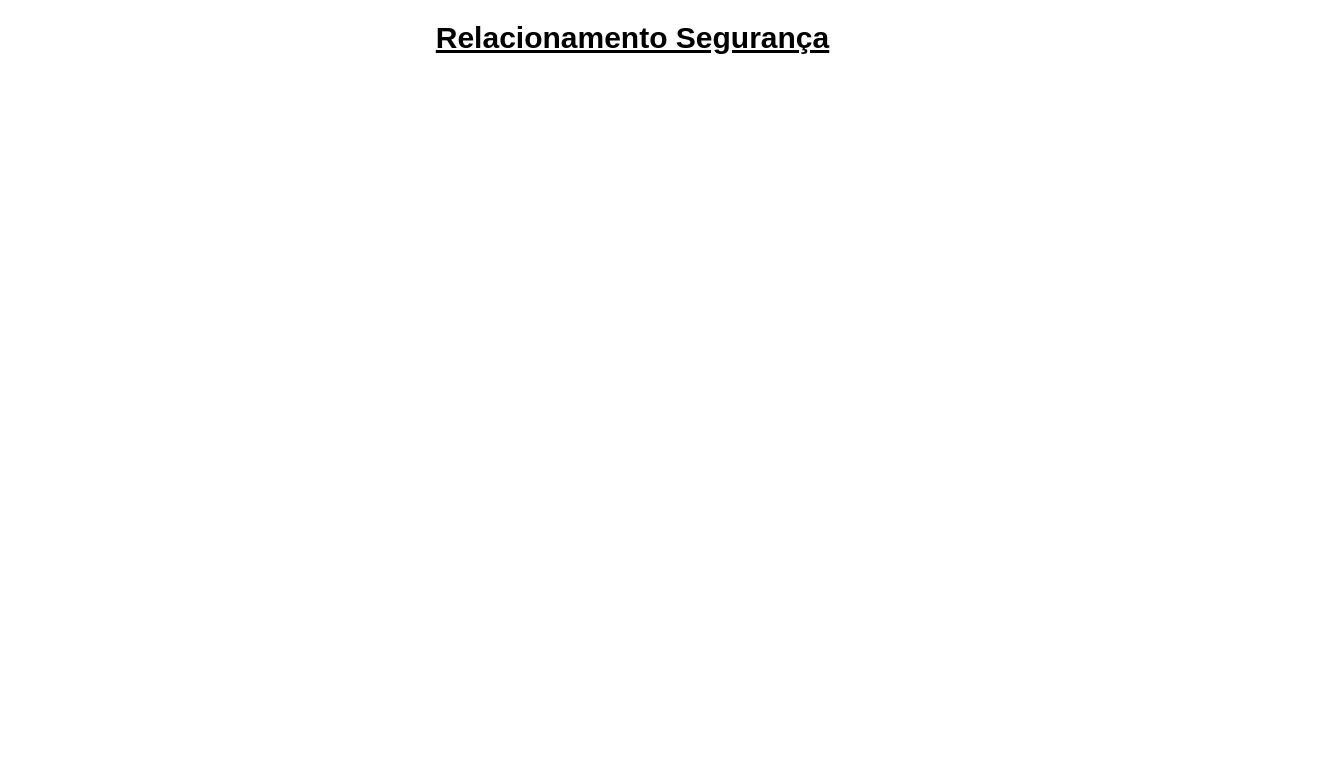
This is page "Relacionamento Segurança" (7 of 7) of TCC/Classes.drawio from CSFelix/UML, a draw.io file, before an edit. Source tidied: cells renumbered, new cells numbered last; positions are measured from the earlier drawing's top-left corner, leaving out a move shared by most shapes. Both pictures are drawn from the tidied source at 100%, with x=0, y=0 at pixel (427, 17).
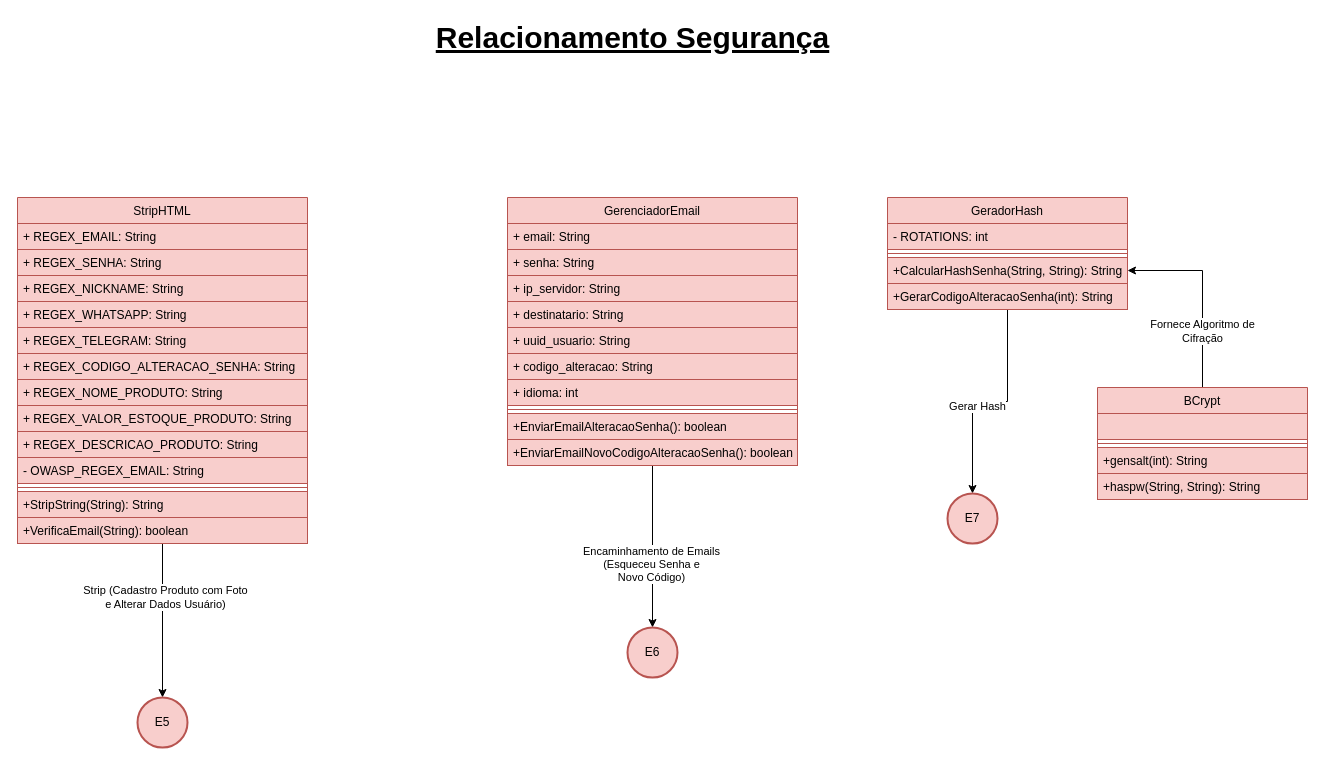
After the change.

Change to the diagram source:
```diff
@@
+    <mxCell id="3" style="edgeStyle=orthogonalEdgeStyle;rounded=0;jettySize=auto;html=1;" parent="1" edge="1" source="5" target="15">
+      <mxGeometry relative="1" as="geometry" />
+    </mxCell>
+    <mxCell id="4" value="Fornece Algoritmo de&lt;br&gt;Cifração" style="edgeLabel;html=1;align=center;verticalAlign=middle;" parent="3" vertex="1">
+      <mxGeometry x="-0.41" y="1" relative="1" as="geometry" />
+    </mxCell>
+    <mxCell id="5" value="BCrypt" style="swimlane;fontStyle=0;align=center;verticalAlign=top;horizontal=1;startSize=26;rounded=0;shadow=0;strokeWidth=1;fillColor=#f8cecc;strokeColor=#b85450;" parent="1" vertex="1">
+      <mxGeometry x="670" y="370" width="210" height="112" as="geometry" />
+    </mxCell>
+    <mxCell id="6" style="text;align=left;verticalAlign=top;spacingLeft=4;spacingRight=4;overflow=hidden;fillColor=#f8cecc;strokeColor=#b85450;fontStyle=0;" parent="5" vertex="1">
+      <mxGeometry y="26" width="210" height="26" as="geometry" />
+    </mxCell>
+    <mxCell id="7" style="line;html=1;strokeWidth=1;align=left;verticalAlign=middle;spacingTop=-1;spacingLeft=3;spacingRight=3;labelPosition=right;fillColor=#f8cecc;strokeColor=#b85450;" parent="5" vertex="1">
+      <mxGeometry y="52" width="210" height="8" as="geometry" />
+    </mxCell>
+    <mxCell id="8" value="+gensalt(int): String" style="text;align=left;verticalAlign=top;spacingLeft=4;spacingRight=4;overflow=hidden;rounded=0;shadow=0;html=0;fillColor=#f8cecc;strokeColor=#b85450;" parent="5" vertex="1">
+      <mxGeometry y="60" width="210" height="26" as="geometry" />
+    </mxCell>
+    <mxCell id="9" value="+haspw(String, String): String" style="text;align=left;verticalAlign=top;spacingLeft=4;spacingRight=4;overflow=hidden;rounded=0;shadow=0;html=0;fillColor=#f8cecc;strokeColor=#b85450;" parent="5" vertex="1">
+      <mxGeometry y="86" width="210" height="26" as="geometry" />
+    </mxCell>
+    <mxCell id="10" style="edgeStyle=orthogonalEdgeStyle;rounded=0;jettySize=auto;html=1;entryX=0.5;entryY=0;entryDx=0;entryDy=0;entryPerimeter=0;" parent="1" edge="1" source="12" target="48">
+      <mxGeometry relative="1" as="geometry" />
+    </mxCell>
+    <mxCell id="11" value="Gerar Hash" style="edgeLabel;html=1;align=center;verticalAlign=middle;" parent="10" vertex="1">
+      <mxGeometry x="0.12" y="4" relative="1" as="geometry" />
+    </mxCell>
+    <mxCell id="12" value="GeradorHash" style="swimlane;fontStyle=0;align=center;verticalAlign=top;horizontal=1;startSize=26;rounded=0;shadow=0;strokeWidth=1;fillColor=#f8cecc;strokeColor=#b85450;" parent="1" vertex="1">
+      <mxGeometry x="460" y="180" width="240" height="112" as="geometry" />
+    </mxCell>
+    <mxCell id="13" value="- ROTATIONS: int" style="text;align=left;verticalAlign=top;spacingLeft=4;spacingRight=4;overflow=hidden;fillColor=#f8cecc;strokeColor=#b85450;fontStyle=0;" parent="12" vertex="1">
+      <mxGeometry y="26" width="240" height="26" as="geometry" />
+    </mxCell>
+    <mxCell id="14" style="line;html=1;strokeWidth=1;align=left;verticalAlign=middle;spacingTop=-1;spacingLeft=3;spacingRight=3;labelPosition=right;fillColor=#f8cecc;strokeColor=#b85450;" parent="12" vertex="1">
+      <mxGeometry y="52" width="240" height="8" as="geometry" />
+    </mxCell>
+    <mxCell id="15" value="+CalcularHashSenha(String, String): String" style="text;align=left;verticalAlign=top;spacingLeft=4;spacingRight=4;overflow=hidden;points=[[0,0.5],[1,0.5]];portConstraint=eastwest;rounded=0;shadow=0;html=0;fillColor=#f8cecc;strokeColor=#b85450;" parent="12" vertex="1">
+      <mxGeometry y="60" width="240" height="26" as="geometry" />
+    </mxCell>
+    <mxCell id="16" value="+GerarCodigoAlteracaoSenha(int): String" style="text;align=left;verticalAlign=top;spacingLeft=4;spacingRight=4;overflow=hidden;rounded=0;shadow=0;html=0;fillColor=#f8cecc;strokeColor=#b85450;" parent="12" vertex="1">
+      <mxGeometry y="86" width="240" height="26" as="geometry" />
+    </mxCell>
+    <mxCell id="17" style="edgeStyle=orthogonalEdgeStyle;rounded=0;jettySize=auto;html=1;entryX=0.5;entryY=0;entryDx=0;entryDy=0;entryPerimeter=0;" parent="1" edge="1" source="19" target="47">
+      <mxGeometry relative="1" as="geometry" />
+    </mxCell>
+    <mxCell id="18" value="Encaminhamento de Emails&lt;br&gt;(Esqueceu Senha e &lt;br&gt;Novo Código)" style="edgeLabel;html=1;align=center;verticalAlign=middle;" parent="17" vertex="1">
+      <mxGeometry x="0.21" y="-2" relative="1" as="geometry" />
+    </mxCell>
+    <mxCell id="19" value="GerenciadorEmail" style="swimlane;fontStyle=0;align=center;verticalAlign=top;horizontal=1;startSize=26;rounded=0;shadow=0;strokeWidth=1;fillColor=#f8cecc;strokeColor=#b85450;" parent="1" vertex="1">
+      <mxGeometry x="80" y="180" width="290" height="268" as="geometry" />
+    </mxCell>
+    <mxCell id="20" value="+ email: String" style="text;align=left;verticalAlign=top;spacingLeft=4;spacingRight=4;overflow=hidden;fillColor=#f8cecc;strokeColor=#b85450;fontStyle=0;" parent="19" vertex="1">
+      <mxGeometry y="26" width="290" height="26" as="geometry" />
+    </mxCell>
+    <mxCell id="21" value="+ senha: String" style="text;align=left;verticalAlign=top;spacingLeft=4;spacingRight=4;overflow=hidden;fillColor=#f8cecc;strokeColor=#b85450;fontStyle=0;" parent="19" vertex="1">
+      <mxGeometry y="52" width="290" height="26" as="geometry" />
+    </mxCell>
+    <mxCell id="22" value="+ ip_servidor: String" style="text;align=left;verticalAlign=top;spacingLeft=4;spacingRight=4;overflow=hidden;fillColor=#f8cecc;strokeColor=#b85450;fontStyle=0;" parent="19" vertex="1">
+      <mxGeometry y="78" width="290" height="26" as="geometry" />
+    </mxCell>
+    <mxCell id="23" value="+ destinatario: String" style="text;align=left;verticalAlign=top;spacingLeft=4;spacingRight=4;overflow=hidden;fillColor=#f8cecc;strokeColor=#b85450;fontStyle=0;" parent="19" vertex="1">
+      <mxGeometry y="104" width="290" height="26" as="geometry" />
+    </mxCell>
+    <mxCell id="24" value="+ uuid_usuario: String" style="text;align=left;verticalAlign=top;spacingLeft=4;spacingRight=4;overflow=hidden;fillColor=#f8cecc;strokeColor=#b85450;fontStyle=0;" parent="19" vertex="1">
+      <mxGeometry y="130" width="290" height="26" as="geometry" />
+    </mxCell>
+    <mxCell id="25" value="+ codigo_alteracao: String" style="text;align=left;verticalAlign=top;spacingLeft=4;spacingRight=4;overflow=hidden;fillColor=#f8cecc;strokeColor=#b85450;fontStyle=0;" parent="19" vertex="1">
+      <mxGeometry y="156" width="290" height="26" as="geometry" />
+    </mxCell>
+    <mxCell id="26" value="+ idioma: int" style="text;align=left;verticalAlign=top;spacingLeft=4;spacingRight=4;overflow=hidden;fillColor=#f8cecc;strokeColor=#b85450;fontStyle=0;" parent="19" vertex="1">
+      <mxGeometry y="182" width="290" height="26" as="geometry" />
+    </mxCell>
+    <mxCell id="27" style="line;html=1;strokeWidth=1;align=left;verticalAlign=middle;spacingTop=-1;spacingLeft=3;spacingRight=3;labelPosition=right;fillColor=#f8cecc;strokeColor=#b85450;" parent="19" vertex="1">
+      <mxGeometry y="208" width="290" height="8" as="geometry" />
+    </mxCell>
+    <mxCell id="28" value="+EnviarEmailAlteracaoSenha(): boolean" style="text;align=left;verticalAlign=top;spacingLeft=4;spacingRight=4;overflow=hidden;rounded=0;shadow=0;html=0;fillColor=#f8cecc;strokeColor=#b85450;" parent="19" vertex="1">
+      <mxGeometry y="216" width="290" height="26" as="geometry" />
+    </mxCell>
+    <mxCell id="29" value="+EnviarEmailNovoCodigoAlteracaoSenha(): boolean" style="text;align=left;verticalAlign=top;spacingLeft=4;spacingRight=4;overflow=hidden;rounded=0;shadow=0;html=0;fillColor=#f8cecc;strokeColor=#b85450;" parent="19" vertex="1">
+      <mxGeometry y="242" width="290" height="26" as="geometry" />
+    </mxCell>
+    <mxCell id="30" style="edgeStyle=orthogonalEdgeStyle;rounded=0;jettySize=auto;html=1;" parent="1" edge="1" source="32" target="46">
+      <mxGeometry relative="1" as="geometry" />
+    </mxCell>
+    <mxCell id="31" value="Strip (Cadastro Produto com Foto&lt;br&gt;e Alterar Dados Usuário)" style="edgeLabel;html=1;align=center;verticalAlign=middle;" parent="30" vertex="1">
+      <mxGeometry x="-0.3" y="2" relative="1" as="geometry">
+        <mxPoint y="-1" as="offset" />
+      </mxGeometry>
+    </mxCell>
+    <mxCell id="32" value="StripHTML" style="swimlane;fontStyle=0;align=center;verticalAlign=top;horizontal=1;startSize=26;rounded=0;shadow=0;strokeWidth=1;fillColor=#f8cecc;strokeColor=#b85450;" parent="1" vertex="1">
+      <mxGeometry x="-410" y="180" width="290" height="346" as="geometry" />
+    </mxCell>
+    <mxCell id="33" value="+ REGEX_EMAIL: String" style="text;align=left;verticalAlign=top;spacingLeft=4;spacingRight=4;overflow=hidden;fillColor=#f8cecc;strokeColor=#b85450;fontStyle=0;" parent="32" vertex="1">
+      <mxGeometry y="26" width="290" height="26" as="geometry" />
+    </mxCell>
+    <mxCell id="34" value="+ REGEX_SENHA: String" style="text;align=left;verticalAlign=top;spacingLeft=4;spacingRight=4;overflow=hidden;fillColor=#f8cecc;strokeColor=#b85450;fontStyle=0;" parent="32" vertex="1">
+      <mxGeometry y="52" width="290" height="26" as="geometry" />
+    </mxCell>
+    <mxCell id="35" value="+ REGEX_NICKNAME: String" style="text;align=left;verticalAlign=top;spacingLeft=4;spacingRight=4;overflow=hidden;fillColor=#f8cecc;strokeColor=#b85450;fontStyle=0;" parent="32" vertex="1">
+      <mxGeometry y="78" width="290" height="26" as="geometry" />
+    </mxCell>
+    <mxCell id="36" value="+ REGEX_WHATSAPP: String" style="text;align=left;verticalAlign=top;spacingLeft=4;spacingRight=4;overflow=hidden;fillColor=#f8cecc;strokeColor=#b85450;fontStyle=0;" parent="32" vertex="1">
+      <mxGeometry y="104" width="290" height="26" as="geometry" />
+    </mxCell>
+    <mxCell id="37" value="+ REGEX_TELEGRAM: String" style="text;align=left;verticalAlign=top;spacingLeft=4;spacingRight=4;overflow=hidden;fillColor=#f8cecc;strokeColor=#b85450;fontStyle=0;" parent="32" vertex="1">
+      <mxGeometry y="130" width="290" height="26" as="geometry" />
+    </mxCell>
+    <mxCell id="38" value="+ REGEX_CODIGO_ALTERACAO_SENHA: String" style="text;align=left;verticalAlign=top;spacingLeft=4;spacingRight=4;overflow=hidden;fillColor=#f8cecc;strokeColor=#b85450;fontStyle=0;" parent="32" vertex="1">
+      <mxGeometry y="156" width="290" height="26" as="geometry" />
+    </mxCell>
+    <mxCell id="39" value="+ REGEX_NOME_PRODUTO: String" style="text;align=left;verticalAlign=top;spacingLeft=4;spacingRight=4;overflow=hidden;fillColor=#f8cecc;strokeColor=#b85450;fontStyle=0;" parent="32" vertex="1">
+      <mxGeometry y="182" width="290" height="26" as="geometry" />
+    </mxCell>
+    <mxCell id="40" value="+ REGEX_VALOR_ESTOQUE_PRODUTO: String" style="text;align=left;verticalAlign=top;spacingLeft=4;spacingRight=4;overflow=hidden;fillColor=#f8cecc;strokeColor=#b85450;fontStyle=0;" parent="32" vertex="1">
+      <mxGeometry y="208" width="290" height="26" as="geometry" />
+    </mxCell>
+    <mxCell id="41" value="+ REGEX_DESCRICAO_PRODUTO: String" style="text;align=left;verticalAlign=top;spacingLeft=4;spacingRight=4;overflow=hidden;fillColor=#f8cecc;strokeColor=#b85450;fontStyle=0;" parent="32" vertex="1">
+      <mxGeometry y="234" width="290" height="26" as="geometry" />
+    </mxCell>
+    <mxCell id="42" value="- OWASP_REGEX_EMAIL: String" style="text;align=left;verticalAlign=top;spacingLeft=4;spacingRight=4;overflow=hidden;fillColor=#f8cecc;strokeColor=#b85450;fontStyle=0;" parent="32" vertex="1">
+      <mxGeometry y="260" width="290" height="26" as="geometry" />
+    </mxCell>
+    <mxCell id="43" style="line;html=1;strokeWidth=1;align=left;verticalAlign=middle;spacingTop=-1;spacingLeft=3;spacingRight=3;labelPosition=right;fillColor=#f8cecc;strokeColor=#b85450;" parent="32" vertex="1">
+      <mxGeometry y="286" width="290" height="8" as="geometry" />
+    </mxCell>
+    <mxCell id="44" value="+StripString(String): String" style="text;align=left;verticalAlign=top;spacingLeft=4;spacingRight=4;overflow=hidden;rounded=0;shadow=0;html=0;fillColor=#f8cecc;strokeColor=#b85450;" parent="32" vertex="1">
+      <mxGeometry y="294" width="290" height="26" as="geometry" />
+    </mxCell>
+    <mxCell id="45" value="+VerificaEmail(String): boolean" style="text;align=left;verticalAlign=top;spacingLeft=4;spacingRight=4;overflow=hidden;rounded=0;shadow=0;html=0;fillColor=#f8cecc;strokeColor=#b85450;" parent="32" vertex="1">
+      <mxGeometry y="320" width="290" height="26" as="geometry" />
+    </mxCell>
+    <mxCell id="46" value="E5" style="strokeWidth=2;html=1;shape=mxgraph.flowchart.start_2;whiteSpace=wrap;fillColor=#f8cecc;strokeColor=#b85450;" parent="1" vertex="1">
+      <mxGeometry x="-290" y="680" width="50" height="50" as="geometry" />
+    </mxCell>
+    <mxCell id="47" value="E6" style="strokeWidth=2;html=1;shape=mxgraph.flowchart.start_2;whiteSpace=wrap;fillColor=#f8cecc;strokeColor=#b85450;" parent="1" vertex="1">
+      <mxGeometry x="200" y="610" width="50" height="50" as="geometry" />
+    </mxCell>
+    <mxCell id="48" value="E7" style="strokeWidth=2;html=1;shape=mxgraph.flowchart.start_2;whiteSpace=wrap;fillColor=#f8cecc;strokeColor=#b85450;" parent="1" vertex="1">
+      <mxGeometry x="520" y="476" width="50" height="50" as="geometry" />
+    </mxCell>
```
